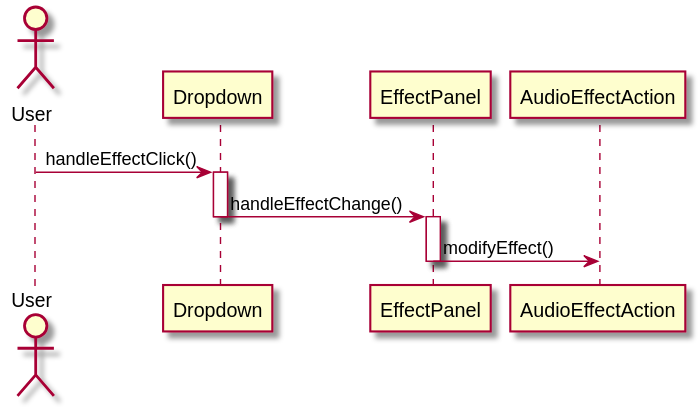
The PlantUML diagram out/sequence_diagram/modifyEffect/modifyEffect.svg in austudio-team/austudio-uml-graph, before a commit.
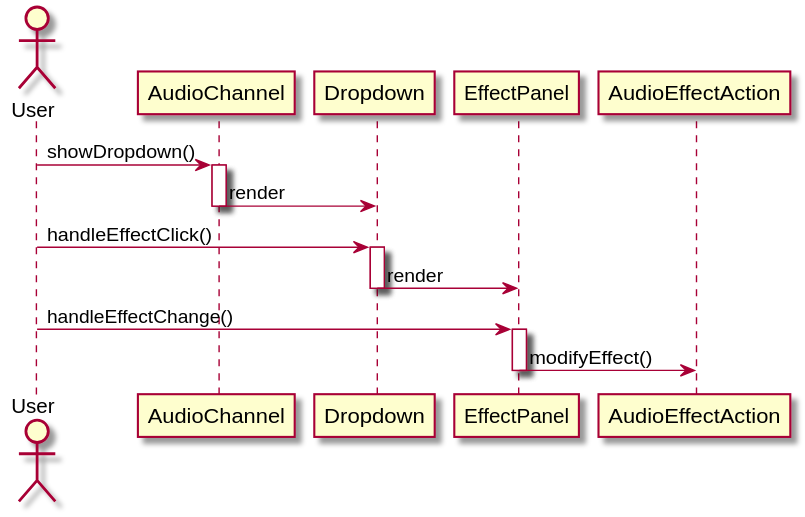
Above is the later version.

Change to the diagram source:
```diff
@@ -1,10 +1,16 @@
 @startuml
 actor User
 
+User -> AudioChannel: showDropdown()
+activate AudioChannel
+AudioChannel -> Dropdown: render
+deactivate AudioChannel
 User -> Dropdown: handleEffectClick()
 activate Dropdown
-Dropdown -> EffectPanel: handleEffectChange()
+Dropdown -> EffectPanel: render
 deactivate Dropdown
+
+User -> EffectPanel: handleEffectChange()
 activate EffectPanel
 EffectPanel -> AudioEffectAction: modifyEffect()
 deactivate EffectPanel
```
